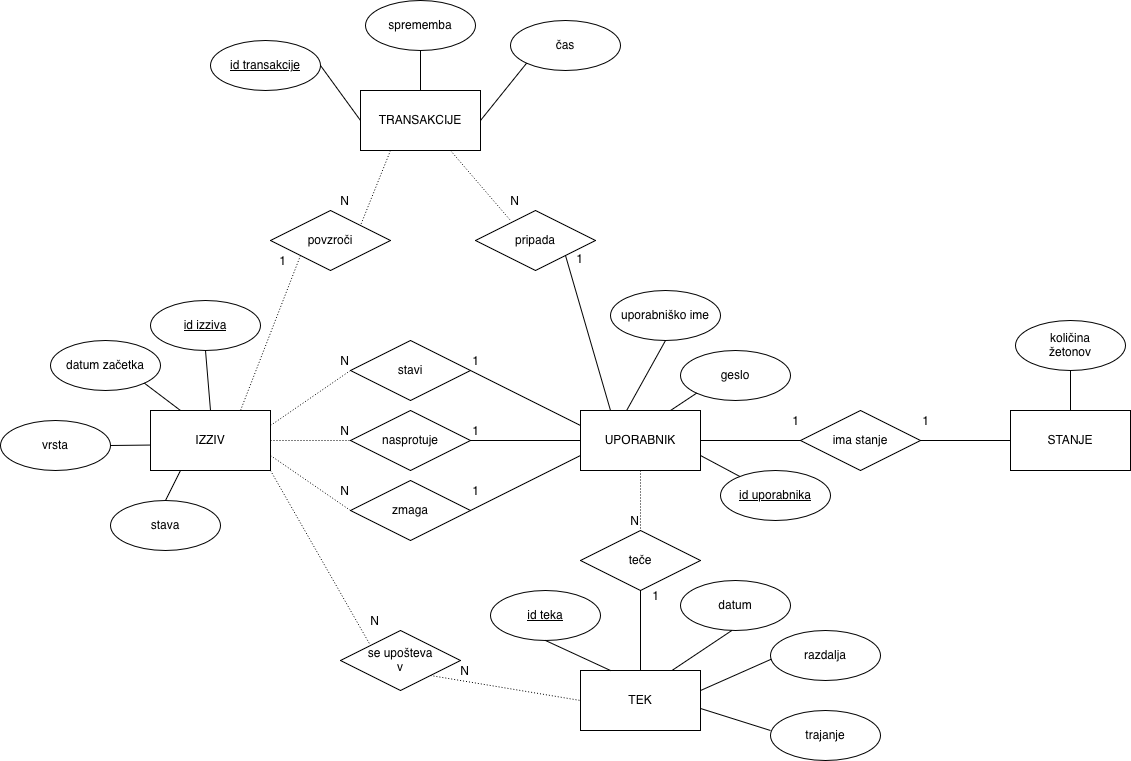
Earlier version of the draw.io export er-diagram.png (tilenzabkar/OPB-RunDuel). Source tidied: cells renumbered, new cells last; positions are measured from the earlier drawing's top-left corner, leaving out a move shared by most shapes. Its diagram source:
```xml
<mxGraphModel>
  <root>
    <mxCell id="0" />
    <mxCell id="1" parent="0" />
    <mxCell id="2" value="&lt;font&gt;UPORABNIK&lt;/font&gt;" style="rounded=0;whiteSpace=wrap;html=1;" parent="1" vertex="1">
      <mxGeometry x="580" y="410" width="120" height="60" as="geometry" />
    </mxCell>
    <mxCell id="3" value="uporabniško ime" style="ellipse;whiteSpace=wrap;html=1;" parent="1" vertex="1">
      <mxGeometry x="610" y="290" width="110" height="50" as="geometry" />
    </mxCell>
    <mxCell id="4" value="geslo" style="ellipse;whiteSpace=wrap;html=1;" parent="1" vertex="1">
      <mxGeometry x="680" y="350" width="110" height="50" as="geometry" />
    </mxCell>
    <mxCell id="5" value="teče" style="shape=rhombus;perimeter=rhombusPerimeter;whiteSpace=wrap;html=1;align=center;" parent="1" vertex="1">
      <mxGeometry x="580" y="530" width="120" height="60" as="geometry" />
    </mxCell>
    <mxCell id="6" value="TEK" style="rounded=0;whiteSpace=wrap;html=1;" parent="1" vertex="1">
      <mxGeometry x="580" y="670" width="120" height="60" as="geometry" />
    </mxCell>
    <mxCell id="7" style="endArrow=none;html=1;rounded=0;exitX=0.5;exitY=1;exitDx=0;exitDy=0;entryX=0.385;entryY=-0.002;entryDx=0;entryDy=0;entryPerimeter=0;" parent="1" edge="1" source="3" target="2">
      <mxGeometry relative="1" as="geometry" />
    </mxCell>
    <mxCell id="8" style="endArrow=none;html=1;rounded=0;exitX=0.75;exitY=0;exitDx=0;exitDy=0;entryX=0;entryY=1;entryDx=0;entryDy=0;" parent="1" edge="1" source="2" target="4">
      <mxGeometry relative="1" as="geometry" />
    </mxCell>
    <mxCell id="9" value="&lt;u&gt;id teka&lt;/u&gt;" style="ellipse;whiteSpace=wrap;html=1;" parent="1" vertex="1">
      <mxGeometry x="490" y="590" width="110" height="50" as="geometry" />
    </mxCell>
    <mxCell id="10" value="datum" style="ellipse;whiteSpace=wrap;html=1;" parent="1" vertex="1">
      <mxGeometry x="680" y="580" width="110" height="50" as="geometry" />
    </mxCell>
    <mxCell id="11" value="razdalja" style="ellipse;whiteSpace=wrap;html=1;" parent="1" vertex="1">
      <mxGeometry x="770" y="630" width="110" height="50" as="geometry" />
    </mxCell>
    <mxCell id="12" value="trajanje" style="ellipse;whiteSpace=wrap;html=1;" parent="1" vertex="1">
      <mxGeometry x="770" y="710" width="110" height="50" as="geometry" />
    </mxCell>
    <mxCell id="13" style="endArrow=none;html=1;rounded=0;exitX=0;exitY=0.4;exitDx=0;exitDy=0;exitPerimeter=0;entryX=1.005;entryY=0.636;entryDx=0;entryDy=0;entryPerimeter=0;" parent="1" edge="1" source="12" target="6">
      <mxGeometry relative="1" as="geometry" />
    </mxCell>
    <mxCell id="14" style="endArrow=none;html=1;rounded=0;entryX=0.007;entryY=0.574;entryDx=0;entryDy=0;entryPerimeter=0;exitX=1.001;exitY=0.333;exitDx=0;exitDy=0;exitPerimeter=0;" parent="1" edge="1" source="6" target="11">
      <mxGeometry relative="1" as="geometry" />
    </mxCell>
    <mxCell id="15" style="endArrow=none;html=1;rounded=0;exitX=0.25;exitY=0;exitDx=0;exitDy=0;entryX=0.5;entryY=1;entryDx=0;entryDy=0;" parent="1" edge="1" source="6" target="9">
      <mxGeometry relative="1" as="geometry" />
    </mxCell>
    <mxCell id="16" style="endArrow=none;html=1;rounded=0;exitX=0.763;exitY=-0.001;exitDx=0;exitDy=0;exitPerimeter=0;entryX=0.467;entryY=0.999;entryDx=0;entryDy=0;entryPerimeter=0;" parent="1" edge="1" source="6" target="10">
      <mxGeometry relative="1" as="geometry" />
    </mxCell>
    <mxCell id="17" value="IZZIV" style="rounded=0;whiteSpace=wrap;html=1;" parent="1" vertex="1">
      <mxGeometry x="150" y="410" width="120" height="60" as="geometry" />
    </mxCell>
    <mxCell id="18" value="STANJE" style="rounded=0;whiteSpace=wrap;html=1;" parent="1" vertex="1">
      <mxGeometry x="1010" y="410" width="120" height="60" as="geometry" />
    </mxCell>
    <mxCell id="19" value="&lt;font&gt;TRANSAKCIJE&lt;/font&gt;" style="rounded=0;whiteSpace=wrap;html=1;" parent="1" vertex="1">
      <mxGeometry x="360" y="90" width="120" height="60" as="geometry" />
    </mxCell>
    <mxCell id="20" value="&lt;u&gt;id transakcije&lt;/u&gt;" style="ellipse;whiteSpace=wrap;html=1;" parent="1" vertex="1">
      <mxGeometry x="210" y="40" width="110" height="50" as="geometry" />
    </mxCell>
    <mxCell id="21" value="čas" style="ellipse;whiteSpace=wrap;html=1;" parent="1" vertex="1">
      <mxGeometry x="510" y="20" width="110" height="50" as="geometry" />
    </mxCell>
    <mxCell id="22" value="&lt;u&gt;id izziva&lt;/u&gt;" style="ellipse;whiteSpace=wrap;html=1;" parent="1" vertex="1">
      <mxGeometry x="150" y="300" width="110" height="50" as="geometry" />
    </mxCell>
    <mxCell id="23" value="stava" style="ellipse;whiteSpace=wrap;html=1;" parent="1" vertex="1">
      <mxGeometry x="110" y="500" width="110" height="50" as="geometry" />
    </mxCell>
    <mxCell id="24" value="datum začetka" style="ellipse;whiteSpace=wrap;html=1;" parent="1" vertex="1">
      <mxGeometry x="50" y="340" width="110" height="50" as="geometry" />
    </mxCell>
    <mxCell id="25" style="endArrow=none;html=1;rounded=0;exitX=1;exitY=0.5;exitDx=0;exitDy=0;entryX=0;entryY=0.5;entryDx=0;entryDy=0;" parent="1" edge="1" source="20" target="19">
      <mxGeometry relative="1" as="geometry" />
    </mxCell>
    <mxCell id="26" style="endArrow=none;html=1;rounded=0;entryX=0;entryY=1;entryDx=0;entryDy=0;exitX=1;exitY=0.5;exitDx=0;exitDy=0;" parent="1" edge="1" source="19" target="21">
      <mxGeometry relative="1" as="geometry" />
    </mxCell>
    <mxCell id="27" style="endArrow=none;html=1;rounded=0;exitX=0.25;exitY=1;exitDx=0;exitDy=0;entryX=0.5;entryY=0;entryDx=0;entryDy=0;" parent="1" edge="1" source="17" target="23">
      <mxGeometry relative="1" as="geometry" />
    </mxCell>
    <mxCell id="28" style="endArrow=none;html=1;rounded=0;exitX=0.5;exitY=1;exitDx=0;exitDy=0;entryX=0.5;entryY=0;entryDx=0;entryDy=0;" parent="1" edge="1" source="22" target="17">
      <mxGeometry relative="1" as="geometry" />
    </mxCell>
    <mxCell id="29" style="endArrow=none;html=1;rounded=0;exitX=1;exitY=1;exitDx=0;exitDy=0;entryX=0.25;entryY=0;entryDx=0;entryDy=0;" parent="1" edge="1" source="24" target="17">
      <mxGeometry relative="1" as="geometry" />
    </mxCell>
    <mxCell id="30" style="endArrow=none;html=1;rounded=0;entryX=0.5;entryY=0;entryDx=0;entryDy=0;exitX=0.5;exitY=1;exitDx=0;exitDy=0;" parent="1" edge="1" source="5" target="6">
      <mxGeometry relative="1" as="geometry" />
    </mxCell>
    <mxCell id="31" value="1" style="html=1;whiteSpace=wrap;align=right;verticalAlign=bottom;" parent="30" vertex="1">
      <mxGeometry x="1" relative="1" as="geometry">
        <mxPoint x="20" y="-65" as="offset" />
      </mxGeometry>
    </mxCell>
    <mxCell id="32" style="endArrow=none;html=1;rounded=0;dashed=1;dashPattern=1 2;exitX=0.5;exitY=1;exitDx=0;exitDy=0;" parent="1" edge="1" source="2" target="5">
      <mxGeometry relative="1" as="geometry" />
    </mxCell>
    <mxCell id="33" value="N" style="html=1;whiteSpace=wrap;align=right;verticalAlign=bottom;" parent="32" vertex="1">
      <mxGeometry x="1" relative="1" as="geometry" />
    </mxCell>
    <mxCell id="34" value="vrsta" style="ellipse;whiteSpace=wrap;html=1;" parent="1" vertex="1">
      <mxGeometry y="420" width="110" height="50" as="geometry" />
    </mxCell>
    <mxCell id="35" value="stavi" style="shape=rhombus;perimeter=rhombusPerimeter;whiteSpace=wrap;html=1;align=center;" parent="1" vertex="1">
      <mxGeometry x="350" y="340" width="120" height="60" as="geometry" />
    </mxCell>
    <mxCell id="36" style="endArrow=none;html=1;rounded=0;exitX=-0.006;exitY=0.576;exitDx=0;exitDy=0;entryX=1;entryY=0.5;entryDx=0;entryDy=0;exitPerimeter=0;" parent="1" edge="1" source="17" target="34">
      <mxGeometry relative="1" as="geometry" />
    </mxCell>
    <mxCell id="37" value="N" style="html=1;whiteSpace=wrap;align=right;verticalAlign=bottom;" parent="1" vertex="1">
      <mxGeometry x="350" y="370" as="geometry" />
    </mxCell>
    <mxCell id="38" style="endArrow=none;html=1;rounded=0;dashed=1;dashPattern=1 2;entryX=0;entryY=0.5;entryDx=0;entryDy=0;exitX=1;exitY=0.25;exitDx=0;exitDy=0;" parent="1" edge="1" source="17" target="35">
      <mxGeometry relative="1" as="geometry" />
    </mxCell>
    <mxCell id="39" value="&lt;u&gt;id uporabnika&lt;/u&gt;" style="ellipse;whiteSpace=wrap;html=1;" parent="1" vertex="1">
      <mxGeometry x="720" y="470" width="110" height="50" as="geometry" />
    </mxCell>
    <mxCell id="40" style="endArrow=none;html=1;rounded=0;entryX=1;entryY=0.75;entryDx=0;entryDy=0;" parent="1" edge="1" source="39" target="2">
      <mxGeometry relative="1" as="geometry" />
    </mxCell>
    <mxCell id="41" value="nasprotuje" style="shape=rhombus;perimeter=rhombusPerimeter;whiteSpace=wrap;html=1;align=center;" parent="1" vertex="1">
      <mxGeometry x="350" y="410" width="120" height="60" as="geometry" />
    </mxCell>
    <mxCell id="42" value="zmaga" style="shape=rhombus;perimeter=rhombusPerimeter;whiteSpace=wrap;html=1;align=center;" parent="1" vertex="1">
      <mxGeometry x="350" y="480" width="120" height="60" as="geometry" />
    </mxCell>
    <mxCell id="43" style="endArrow=none;html=1;rounded=0;entryX=1;entryY=0.5;entryDx=0;entryDy=0;exitX=0;exitY=0.25;exitDx=0;exitDy=0;" parent="1" edge="1" source="2" target="35">
      <mxGeometry relative="1" as="geometry" />
    </mxCell>
    <mxCell id="44" value="1" style="html=1;whiteSpace=wrap;align=right;verticalAlign=bottom;" parent="1" vertex="1">
      <mxGeometry x="480" y="370" as="geometry" />
    </mxCell>
    <mxCell id="45" style="endArrow=none;html=1;rounded=0;dashed=1;dashPattern=1 2;" parent="1" edge="1">
      <mxGeometry relative="1" as="geometry">
        <mxPoint x="270" y="440" as="sourcePoint" />
        <mxPoint x="350" y="440" as="targetPoint" />
      </mxGeometry>
    </mxCell>
    <mxCell id="46" style="endArrow=none;html=1;rounded=0;dashed=1;dashPattern=1 2;exitX=1;exitY=0.75;exitDx=0;exitDy=0;entryX=0;entryY=0.5;entryDx=0;entryDy=0;" parent="1" edge="1" source="17" target="42">
      <mxGeometry relative="1" as="geometry" />
    </mxCell>
    <mxCell id="47" value="N" style="html=1;whiteSpace=wrap;align=right;verticalAlign=bottom;" parent="1" vertex="1">
      <mxGeometry x="350" y="440" as="geometry" />
    </mxCell>
    <mxCell id="48" value="N" style="html=1;whiteSpace=wrap;align=right;verticalAlign=bottom;" parent="1" vertex="1">
      <mxGeometry x="350" y="500" as="geometry" />
    </mxCell>
    <mxCell id="49" style="endArrow=none;html=1;rounded=0;entryX=0;entryY=0.75;entryDx=0;entryDy=0;" parent="1" edge="1" target="2">
      <mxGeometry relative="1" as="geometry">
        <mxPoint x="470" y="510" as="sourcePoint" />
      </mxGeometry>
    </mxCell>
    <mxCell id="50" style="endArrow=none;html=1;rounded=0;exitX=1;exitY=0.5;exitDx=0;exitDy=0;entryX=0;entryY=0.5;entryDx=0;entryDy=0;" parent="1" edge="1" source="41" target="2">
      <mxGeometry relative="1" as="geometry" />
    </mxCell>
    <mxCell id="51" value="1" style="html=1;whiteSpace=wrap;align=right;verticalAlign=bottom;" parent="1" vertex="1">
      <mxGeometry x="480" y="440" as="geometry" />
    </mxCell>
    <mxCell id="52" value="1" style="html=1;whiteSpace=wrap;align=right;verticalAlign=bottom;" parent="1" vertex="1">
      <mxGeometry x="480" y="500" as="geometry" />
    </mxCell>
    <mxCell id="53" value="&lt;div&gt;količina&lt;/div&gt;&lt;div&gt;žetonov&lt;/div&gt;" style="ellipse;whiteSpace=wrap;html=1;" parent="1" vertex="1">
      <mxGeometry x="1015" y="320" width="110" height="50" as="geometry" />
    </mxCell>
    <mxCell id="54" style="endArrow=none;html=1;rounded=0;entryX=0.5;entryY=1;entryDx=0;entryDy=0;exitX=0.5;exitY=0;exitDx=0;exitDy=0;" parent="1" edge="1" source="18" target="53">
      <mxGeometry relative="1" as="geometry" />
    </mxCell>
    <mxCell id="55" value="&lt;div&gt;se upošteva&lt;/div&gt;&lt;div&gt;v&lt;/div&gt;" style="shape=rhombus;perimeter=rhombusPerimeter;whiteSpace=wrap;html=1;align=center;" parent="1" vertex="1">
      <mxGeometry x="340" y="630" width="120" height="60" as="geometry" />
    </mxCell>
    <mxCell id="56" style="endArrow=none;html=1;rounded=0;dashed=1;dashPattern=1 2;exitX=1;exitY=1;exitDx=0;exitDy=0;entryX=0;entryY=0;entryDx=0;entryDy=0;" parent="1" edge="1" source="17" target="55">
      <mxGeometry relative="1" as="geometry" />
    </mxCell>
    <mxCell id="57" value="N" style="html=1;whiteSpace=wrap;align=right;verticalAlign=bottom;" parent="1" vertex="1">
      <mxGeometry x="380" y="630" as="geometry" />
    </mxCell>
    <mxCell id="58" style="endArrow=none;html=1;rounded=0;dashed=1;dashPattern=1 2;exitX=1;exitY=1;exitDx=0;exitDy=0;entryX=0;entryY=0.5;entryDx=0;entryDy=0;" parent="1" edge="1" source="55" target="6">
      <mxGeometry relative="1" as="geometry" />
    </mxCell>
    <mxCell id="59" value="N" style="html=1;whiteSpace=wrap;align=right;verticalAlign=bottom;" parent="1" vertex="1">
      <mxGeometry x="470" y="680" as="geometry" />
    </mxCell>
    <mxCell id="60" value="ima stanje" style="shape=rhombus;perimeter=rhombusPerimeter;whiteSpace=wrap;html=1;align=center;" parent="1" vertex="1">
      <mxGeometry x="800" y="410" width="120" height="60" as="geometry" />
    </mxCell>
    <mxCell id="61" style="endArrow=none;html=1;rounded=0;entryX=0;entryY=0.5;entryDx=0;entryDy=0;exitX=1;exitY=0.5;exitDx=0;exitDy=0;" parent="1" edge="1" source="60" target="18">
      <mxGeometry relative="1" as="geometry" />
    </mxCell>
    <mxCell id="62" value="1" style="html=1;whiteSpace=wrap;align=right;verticalAlign=bottom;" parent="1" vertex="1">
      <mxGeometry x="930" y="430" as="geometry" />
    </mxCell>
    <mxCell id="63" style="endArrow=none;html=1;rounded=0;entryX=0;entryY=0.5;entryDx=0;entryDy=0;exitX=1;exitY=0.5;exitDx=0;exitDy=0;" parent="1" edge="1" source="2" target="60">
      <mxGeometry relative="1" as="geometry" />
    </mxCell>
    <mxCell id="64" value="1" style="html=1;whiteSpace=wrap;align=right;verticalAlign=bottom;" parent="1" vertex="1">
      <mxGeometry x="800" y="430" as="geometry" />
    </mxCell>
    <mxCell id="65" value="sprememba" style="ellipse;whiteSpace=wrap;html=1;" parent="1" vertex="1">
      <mxGeometry x="365" width="110" height="50" as="geometry" />
    </mxCell>
    <mxCell id="66" style="endArrow=none;html=1;rounded=0;entryX=0.5;entryY=1;entryDx=0;entryDy=0;exitX=0.5;exitY=0;exitDx=0;exitDy=0;" parent="1" edge="1" source="19" target="65">
      <mxGeometry relative="1" as="geometry" />
    </mxCell>
    <mxCell id="67" value="pripada" style="shape=rhombus;perimeter=rhombusPerimeter;whiteSpace=wrap;html=1;align=center;" parent="1" vertex="1">
      <mxGeometry x="475" y="210" width="120" height="60" as="geometry" />
    </mxCell>
    <mxCell id="68" value="povzroči" style="shape=rhombus;perimeter=rhombusPerimeter;whiteSpace=wrap;html=1;align=center;" parent="1" vertex="1">
      <mxGeometry x="270" y="210" width="120" height="60" as="geometry" />
    </mxCell>
    <mxCell id="69" style="endArrow=none;html=1;rounded=0;dashed=1;dashPattern=1 2;entryX=0.292;entryY=0.167;entryDx=0;entryDy=0;exitX=0.75;exitY=1;exitDx=0;exitDy=0;entryPerimeter=0;" parent="1" edge="1" source="19" target="67">
      <mxGeometry relative="1" as="geometry" />
    </mxCell>
    <mxCell id="70" value="N" style="html=1;whiteSpace=wrap;align=right;verticalAlign=bottom;" parent="1" vertex="1">
      <mxGeometry x="520" y="210" as="geometry" />
    </mxCell>
    <mxCell id="71" style="endArrow=none;html=1;rounded=0;entryX=1;entryY=1;entryDx=0;entryDy=0;exitX=0.25;exitY=0;exitDx=0;exitDy=0;" parent="1" edge="1" source="2" target="67">
      <mxGeometry relative="1" as="geometry" />
    </mxCell>
    <mxCell id="72" value="1" style="html=1;whiteSpace=wrap;align=right;verticalAlign=bottom;" parent="1" vertex="1">
      <mxGeometry x="580" y="260" as="geometry">
        <mxPoint x="4" y="8" as="offset" />
      </mxGeometry>
    </mxCell>
    <mxCell id="73" value="N" style="html=1;whiteSpace=wrap;align=right;verticalAlign=bottom;" parent="1" vertex="1">
      <mxGeometry x="350" y="210" as="geometry" />
    </mxCell>
    <mxCell id="74" value="1" style="html=1;whiteSpace=wrap;align=right;verticalAlign=bottom;" parent="1" vertex="1">
      <mxGeometry x="296" y="262" as="geometry">
        <mxPoint x="-9" y="8" as="offset" />
      </mxGeometry>
    </mxCell>
    <mxCell id="75" style="endArrow=none;html=1;rounded=0;dashed=1;dashPattern=1 2;entryX=1;entryY=0;entryDx=0;entryDy=0;exitX=0.25;exitY=1;exitDx=0;exitDy=0;" parent="1" edge="1" source="19" target="68">
      <mxGeometry relative="1" as="geometry" />
    </mxCell>
    <mxCell id="76" style="endArrow=none;html=1;rounded=0;dashed=1;dashPattern=1 2;entryX=0.75;entryY=0;entryDx=0;entryDy=0;exitX=0;exitY=1;exitDx=0;exitDy=0;" parent="1" edge="1" source="68" target="17">
      <mxGeometry relative="1" as="geometry" />
    </mxCell>
  </root>
</mxGraphModel>
```
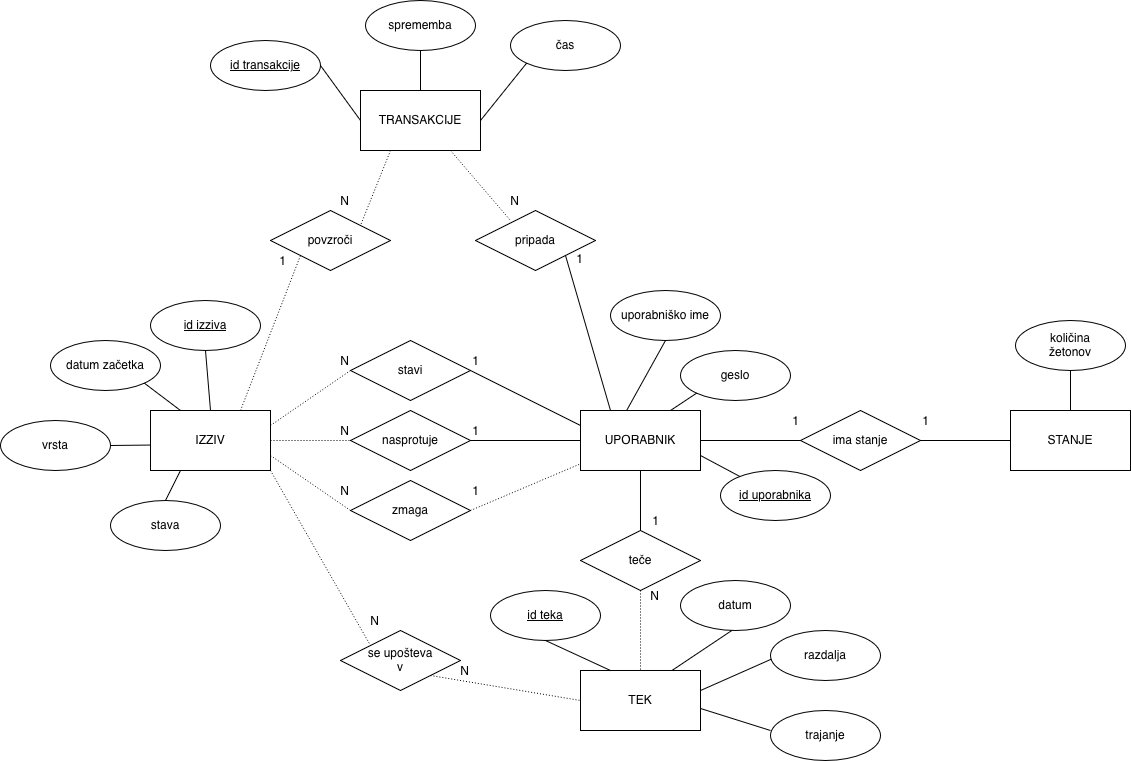
The same diagram one commit later.

Commit message:
popravljene napake

What changed in the source:
```diff
@@ -86,20 +86,6 @@
     <mxCell id="29" style="endArrow=none;html=1;rounded=0;exitX=1;exitY=1;exitDx=0;exitDy=0;entryX=0.25;entryY=0;entryDx=0;entryDy=0;" parent="1" edge="1" source="24" target="17">
       <mxGeometry relative="1" as="geometry" />
     </mxCell>
-    <mxCell id="30" style="endArrow=none;html=1;rounded=0;entryX=0.5;entryY=0;entryDx=0;entryDy=0;exitX=0.5;exitY=1;exitDx=0;exitDy=0;" parent="1" edge="1" source="5" target="6">
-      <mxGeometry relative="1" as="geometry" />
-    </mxCell>
-    <mxCell id="31" value="1" style="html=1;whiteSpace=wrap;align=right;verticalAlign=bottom;" parent="30" vertex="1">
-      <mxGeometry x="1" relative="1" as="geometry">
-        <mxPoint x="20" y="-65" as="offset" />
-      </mxGeometry>
-    </mxCell>
-    <mxCell id="32" style="endArrow=none;html=1;rounded=0;dashed=1;dashPattern=1 2;exitX=0.5;exitY=1;exitDx=0;exitDy=0;" parent="1" edge="1" source="2" target="5">
-      <mxGeometry relative="1" as="geometry" />
-    </mxCell>
-    <mxCell id="33" value="N" style="html=1;whiteSpace=wrap;align=right;verticalAlign=bottom;" parent="32" vertex="1">
-      <mxGeometry x="1" relative="1" as="geometry" />
-    </mxCell>
     <mxCell id="34" value="vrsta" style="ellipse;whiteSpace=wrap;html=1;" parent="1" vertex="1">
       <mxGeometry y="420" width="110" height="50" as="geometry" />
     </mxCell>
@@ -148,11 +134,6 @@
     <mxCell id="48" value="N" style="html=1;whiteSpace=wrap;align=right;verticalAlign=bottom;" parent="1" vertex="1">
       <mxGeometry x="350" y="500" as="geometry" />
     </mxCell>
-    <mxCell id="49" style="endArrow=none;html=1;rounded=0;entryX=0;entryY=0.75;entryDx=0;entryDy=0;" parent="1" edge="1" target="2">
-      <mxGeometry relative="1" as="geometry">
-        <mxPoint x="470" y="510" as="sourcePoint" />
-      </mxGeometry>
-    </mxCell>
     <mxCell id="50" style="endArrow=none;html=1;rounded=0;exitX=1;exitY=0.5;exitDx=0;exitDy=0;entryX=0;entryY=0.5;entryDx=0;entryDy=0;" parent="1" edge="1" source="41" target="2">
       <mxGeometry relative="1" as="geometry" />
     </mxCell>
@@ -235,8 +216,29 @@
     <mxCell id="75" style="endArrow=none;html=1;rounded=0;dashed=1;dashPattern=1 2;entryX=1;entryY=0;entryDx=0;entryDy=0;exitX=0.25;exitY=1;exitDx=0;exitDy=0;" parent="1" edge="1" source="19" target="68">
       <mxGeometry relative="1" as="geometry" />
     </mxCell>
-    <mxCell id="76" style="endArrow=none;html=1;rounded=0;dashed=1;dashPattern=1 2;entryX=0.75;entryY=0;entryDx=0;entryDy=0;exitX=0;exitY=1;exitDx=0;exitDy=0;" parent="1" edge="1" source="68" target="17">
-      <mxGeometry relative="1" as="geometry" />
-    </mxCell>
+    <mxCell id="30" style="endArrow=none;html=1;rounded=0;dashed=1;dashPattern=1 2;exitX=0.5;exitY=1;exitDx=0;exitDy=0;entryX=0.5;entryY=0;entryDx=0;entryDy=0;" parent="1" edge="1" source="5" target="6">
+      <mxGeometry relative="1" as="geometry" />
+    </mxCell>
+    <mxCell id="33" value="N" style="html=1;whiteSpace=wrap;align=right;verticalAlign=bottom;" parent="30" vertex="1">
+      <mxGeometry x="1" relative="1" as="geometry">
+        <mxPoint x="20" y="-65" as="offset" />
+      </mxGeometry>
+    </mxCell>
+    <mxCell id="77" style="endArrow=none;html=1;rounded=0;exitX=0.5;exitY=1;exitDx=0;exitDy=0;" parent="1" edge="1" source="2">
+      <mxGeometry relative="1" as="geometry">
+        <mxPoint x="640" y="530" as="targetPoint" />
+      </mxGeometry>
+    </mxCell>
+    <mxCell id="31" value="1" style="html=1;whiteSpace=wrap;align=right;verticalAlign=bottom;" parent="77" vertex="1">
+      <mxGeometry x="1" relative="1" as="geometry">
+        <mxPoint x="20" as="offset" />
+      </mxGeometry>
+    </mxCell>
+    <mxCell id="78" style="endArrow=none;html=1;rounded=0;dashed=1;dashPattern=1 2;exitX=1;exitY=0.5;exitDx=0;exitDy=0;entryX=-0.004;entryY=0.892;entryDx=0;entryDy=0;entryPerimeter=0;" parent="1" edge="1" source="42" target="2">
+      <mxGeometry relative="1" as="geometry" />
+    </mxCell>
+    <mxCell id="79" style="endArrow=none;html=1;rounded=0;dashed=1;dashPattern=1 2;entryX=0;entryY=1;entryDx=0;entryDy=0;exitX=0.75;exitY=0;exitDx=0;exitDy=0;" parent="1" edge="1" source="17" target="68">
+      <mxGeometry relative="1" as="geometry" />
+    </mxCell>
   </root>
 </mxGraphModel>
```
